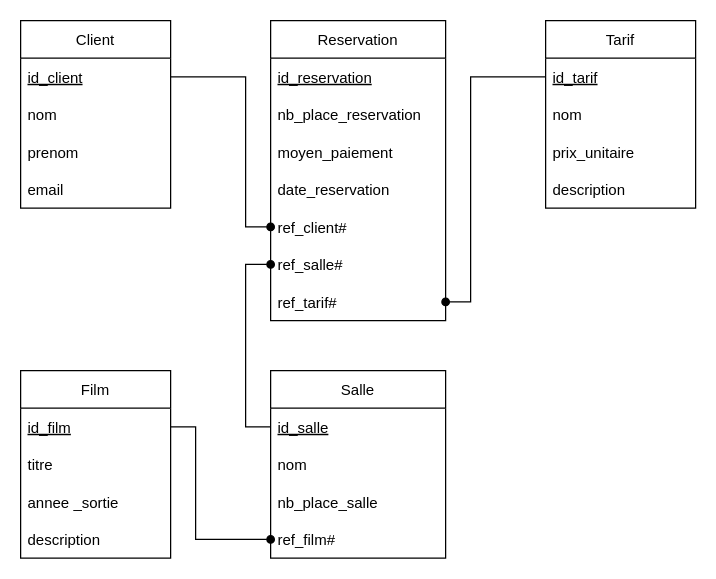
Earlier version of the draw.io diagram BaseDeDonnee/MLD/MLD KUT-Cinema.drawio (Arviik/KUT-Cinema). Source tidied: cells renumbered, new cells numbered last; positions are measured from the earlier drawing's top-left corner, leaving out a move shared by most shapes. Both pictures are drawn from the tidied source at 125%, with x=0, y=0 at pixel (20, 20).
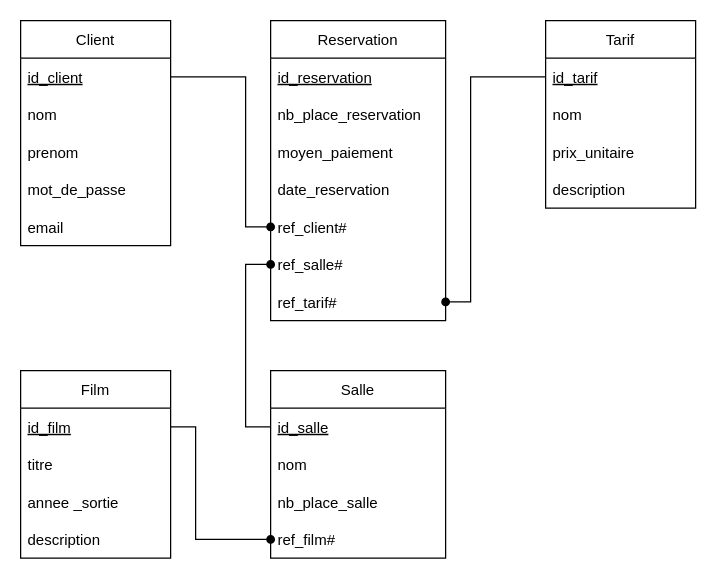
After the change.

The edit, as a diff of the source:
```diff
@@
     <mxCell id="2" value="Client" style="swimlane;fontStyle=0;horizontal=1;startSize=30;" parent="1" vertex="1">
-      <mxGeometry width="120" height="150" as="geometry" />
+      <mxGeometry width="120" height="180" as="geometry" />
     </mxCell>
@@
+    <mxCell id="34" value="mot_de_passe" style="text;strokeColor=none;fillColor=none;align=left;verticalAlign=middle;spacingLeft=4;spacingRight=4;overflow=hidden;" parent="2" vertex="1">
+      <mxGeometry y="120" width="120" height="30" as="geometry" />
+    </mxCell>
     <mxCell id="6" value="email" style="text;strokeColor=none;fillColor=none;align=left;verticalAlign=middle;spacingLeft=4;spacingRight=4;overflow=hidden;" parent="2" vertex="1">
-      <mxGeometry y="120" width="120" height="30" as="geometry" />
+      <mxGeometry y="150" width="120" height="30" as="geometry" />
     </mxCell>
```
